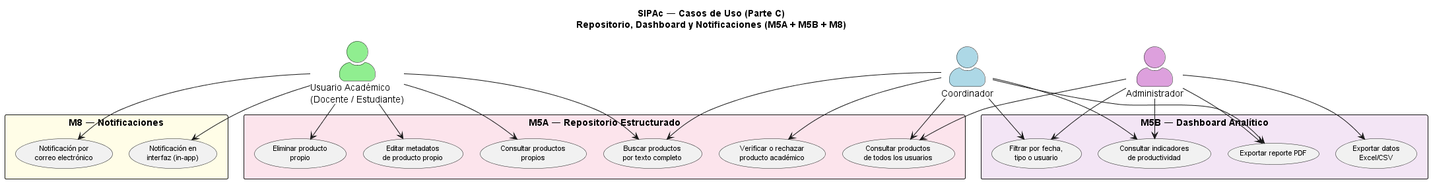
Before: docs/analisis-diseno/diagramas/renders/02c-casos-de-uso-repositorio.png, a diagram exported from PlantUML (KarloZ7715/SIPAc).
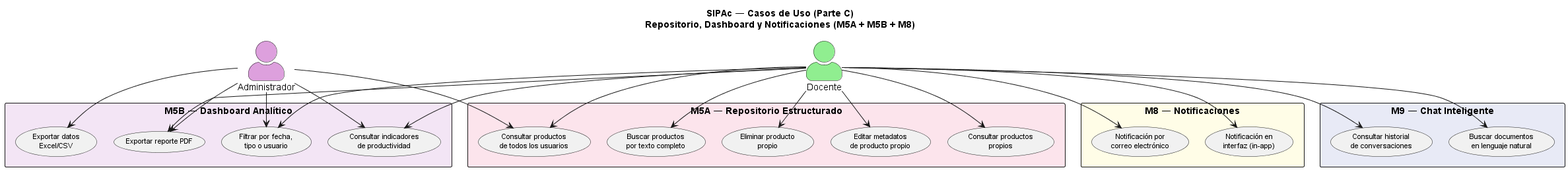
Above is the later version.

Change to the diagram source:
```diff
@@ -9,8 +9,7 @@
 title SIPAc — Casos de Uso (Parte C)\nRepositorio, Dashboard y Notificaciones (M5A + M5B + M8)
 
 
-actor "Usuario Académico\n(Docente / Estudiante)" as Acad #LightGreen
-actor "Coordinador" as Coord #LightBlue
+actor "Docente" as Acad #LightGreen
 actor "Administrador" as Admin #Plum
 
 
@@ -21,7 +20,6 @@
   usecase "Eliminar producto\npropio" as UC_DELETE
   usecase "Buscar productos\npor texto completo" as UC_SEARCH
   usecase "Consultar productos\nde todos los usuarios" as UC_LIST_ALL
-  usecase "Verificar o rechazar\nproducto académico" as UC_VERIFY
 }
 
 
@@ -41,19 +39,24 @@
 }
 
 
+rectangle "M9 — Chat Inteligente" #E8EAF6 {
+  usecase "Buscar documentos\nen lenguaje natural" as UC_CHAT_SEARCH
+  usecase "Consultar historial\nde conversaciones" as UC_CHAT_HISTORY
+}
+
+
 Acad --> UC_LIST_OWN
 Acad --> UC_EDIT
 Acad --> UC_DELETE
 Acad --> UC_SEARCH
+Acad --> UC_LIST_ALL
+Acad --> UC_DASHBOARD
+Acad --> UC_FILTER
+Acad --> UC_EXPORT_PDF
 Acad --> UC_NOTIF_UI
 Acad --> UC_NOTIF_EMAIL
-
-Coord --> UC_VERIFY
-Coord --> UC_LIST_ALL
-Coord --> UC_SEARCH
-Coord --> UC_DASHBOARD
-Coord --> UC_FILTER
-Coord --> UC_EXPORT_PDF
+Acad --> UC_CHAT_SEARCH
+Acad --> UC_CHAT_HISTORY
 
 Admin --> UC_LIST_ALL
 Admin --> UC_DASHBOARD
```
